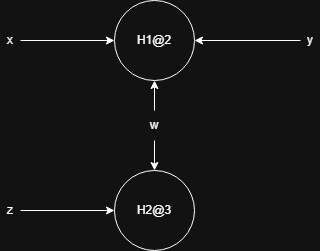
This is p8/images/p8e3a.png from matiWaisman/ISWA-1C-2026, a draw.io export, as it was before one commit. Source tidied: cells renumbered, new cells last; positions are measured from the earlier drawing's top-left corner, leaving out a move shared by most shapes. The source it was exported from:
```xml
<mxGraphModel>
  <root>
    <mxCell id="0" />
    <mxCell id="1" parent="0" />
    <mxCell id="2" value="H1@2" style="ellipse;whiteSpace=wrap;html=1;" parent="1" vertex="1">
      <mxGeometry x="114" width="80" height="80" as="geometry" />
    </mxCell>
    <mxCell id="3" value="H2@3" style="ellipse;whiteSpace=wrap;html=1;" parent="1" vertex="1">
      <mxGeometry x="114" y="170" width="80" height="80" as="geometry" />
    </mxCell>
    <mxCell id="4" value="x" style="text;html=1;whiteSpace=wrap;strokeColor=none;fillColor=none;align=center;verticalAlign=middle;rounded=0;" parent="1" vertex="1">
      <mxGeometry y="25" width="20" height="30" as="geometry" />
    </mxCell>
    <mxCell id="5" style="endArrow=classic;html=1;rounded=0;exitX=1;exitY=0.5;exitDx=0;exitDy=0;entryX=0;entryY=0.5;entryDx=0;entryDy=0;" parent="1" edge="1" source="4" target="2">
      <mxGeometry relative="1" as="geometry" />
    </mxCell>
    <mxCell id="6" value="z" style="text;html=1;whiteSpace=wrap;strokeColor=none;fillColor=none;align=center;verticalAlign=middle;rounded=0;" parent="1" vertex="1">
      <mxGeometry y="195" width="20" height="30" as="geometry" />
    </mxCell>
    <mxCell id="7" style="endArrow=classic;html=1;rounded=0;exitX=1;exitY=0.5;exitDx=0;exitDy=0;entryX=0;entryY=0.5;entryDx=0;entryDy=0;" parent="1" edge="1" source="6" target="3">
      <mxGeometry relative="1" as="geometry" />
    </mxCell>
    <mxCell id="8" value="y" style="text;html=1;whiteSpace=wrap;strokeColor=none;fillColor=none;align=center;verticalAlign=middle;rounded=0;" parent="1" vertex="1">
      <mxGeometry x="300" y="25" width="20" height="30" as="geometry" />
    </mxCell>
    <mxCell id="9" style="endArrow=classic;html=1;rounded=0;exitX=0;exitY=0.5;exitDx=0;exitDy=0;entryX=1;entryY=0.5;entryDx=0;entryDy=0;" parent="1" edge="1" source="8" target="2">
      <mxGeometry relative="1" as="geometry" />
    </mxCell>
    <mxCell id="10" value="w" style="text;html=1;whiteSpace=wrap;strokeColor=none;fillColor=none;align=center;verticalAlign=middle;rounded=0;" parent="1" vertex="1">
      <mxGeometry x="144" y="110" width="20" height="30" as="geometry" />
    </mxCell>
    <mxCell id="11" style="endArrow=classic;html=1;rounded=0;exitX=0.5;exitY=0;exitDx=0;exitDy=0;entryX=0.5;entryY=1;entryDx=0;entryDy=0;" parent="1" edge="1" source="10" target="2">
      <mxGeometry relative="1" as="geometry" />
    </mxCell>
    <mxCell id="12" style="endArrow=classic;html=1;rounded=0;exitX=0.5;exitY=1;exitDx=0;exitDy=0;entryX=0.5;entryY=0;entryDx=0;entryDy=0;" parent="1" edge="1" source="10" target="3">
      <mxGeometry relative="1" as="geometry" />
    </mxCell>
  </root>
</mxGraphModel>
```
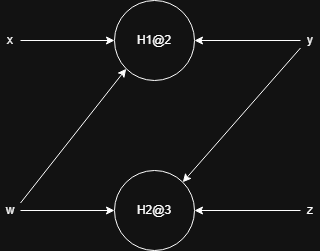
Above is the later version.

Change to the diagram source:
```diff
@@ -14,7 +14,7 @@
     <mxCell id="5" style="endArrow=classic;html=1;rounded=0;exitX=1;exitY=0.5;exitDx=0;exitDy=0;entryX=0;entryY=0.5;entryDx=0;entryDy=0;" parent="1" edge="1" source="4" target="2">
       <mxGeometry relative="1" as="geometry" />
     </mxCell>
-    <mxCell id="6" value="z" style="text;html=1;whiteSpace=wrap;strokeColor=none;fillColor=none;align=center;verticalAlign=middle;rounded=0;" parent="1" vertex="1">
+    <mxCell id="6" value="w" style="text;html=1;whiteSpace=wrap;strokeColor=none;fillColor=none;align=center;verticalAlign=middle;rounded=0;" parent="1" vertex="1">
       <mxGeometry y="195" width="20" height="30" as="geometry" />
     </mxCell>
     <mxCell id="7" style="endArrow=classic;html=1;rounded=0;exitX=1;exitY=0.5;exitDx=0;exitDy=0;entryX=0;entryY=0.5;entryDx=0;entryDy=0;" parent="1" edge="1" source="6" target="3">
@@ -26,14 +26,17 @@
     <mxCell id="9" style="endArrow=classic;html=1;rounded=0;exitX=0;exitY=0.5;exitDx=0;exitDy=0;entryX=1;entryY=0.5;entryDx=0;entryDy=0;" parent="1" edge="1" source="8" target="2">
       <mxGeometry relative="1" as="geometry" />
     </mxCell>
-    <mxCell id="10" value="w" style="text;html=1;whiteSpace=wrap;strokeColor=none;fillColor=none;align=center;verticalAlign=middle;rounded=0;" parent="1" vertex="1">
-      <mxGeometry x="144" y="110" width="20" height="30" as="geometry" />
+    <mxCell id="10" value="z" style="text;html=1;whiteSpace=wrap;strokeColor=none;fillColor=none;align=center;verticalAlign=middle;rounded=0;" parent="1" vertex="1">
+      <mxGeometry x="300" y="195" width="20" height="30" as="geometry" />
     </mxCell>
-    <mxCell id="11" style="endArrow=classic;html=1;rounded=0;exitX=0.5;exitY=0;exitDx=0;exitDy=0;entryX=0.5;entryY=1;entryDx=0;entryDy=0;" parent="1" edge="1" source="10" target="2">
-      <mxGeometry relative="1" as="geometry" />
-    </mxCell>
-    <mxCell id="12" style="endArrow=classic;html=1;rounded=0;exitX=0.5;exitY=1;exitDx=0;exitDy=0;entryX=0.5;entryY=0;entryDx=0;entryDy=0;" parent="1" edge="1" source="10" target="3">
+    <mxCell id="12" style="endArrow=classic;html=1;rounded=0;exitX=0;exitY=0.5;exitDx=0;exitDy=0;entryX=1;entryY=0.5;entryDx=0;entryDy=0;" parent="1" edge="1" source="10" target="3">
       <mxGeometry relative="1" as="geometry" />
     </mxCell>
+    <mxCell id="13" style="endArrow=classic;html=1;rounded=0;exitX=0;exitY=0.75;exitDx=0;exitDy=0;entryX=1;entryY=0;entryDx=0;entryDy=0;" parent="1" edge="1" source="8" target="3">
+      <mxGeometry relative="1" as="geometry" />
+    </mxCell>
+    <mxCell id="14" style="endArrow=classic;html=1;rounded=0;exitX=1;exitY=0.25;exitDx=0;exitDy=0;entryX=0;entryY=1;entryDx=0;entryDy=0;" parent="1" edge="1" source="6" target="2">
+      <mxGeometry relative="1" as="geometry" />
+    </mxCell>
   </root>
 </mxGraphModel>
```
